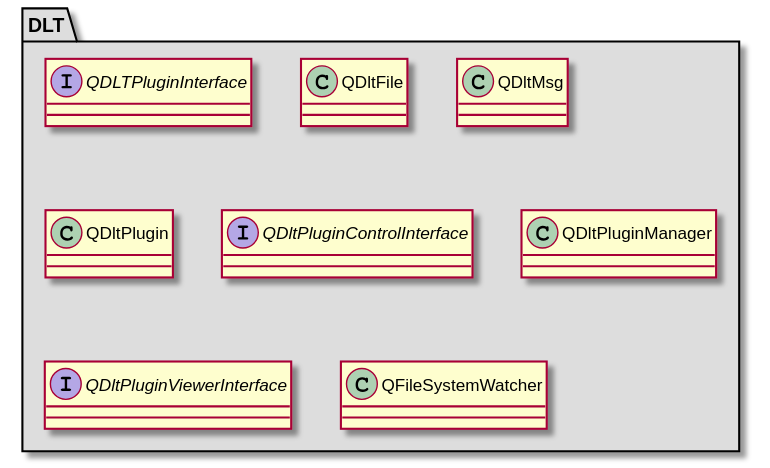
Before: md/dev_docs/puml/DLT_standalone.svg, a diagram exported from PlantUML (svlad-90/DLT-Message-Analyzer).
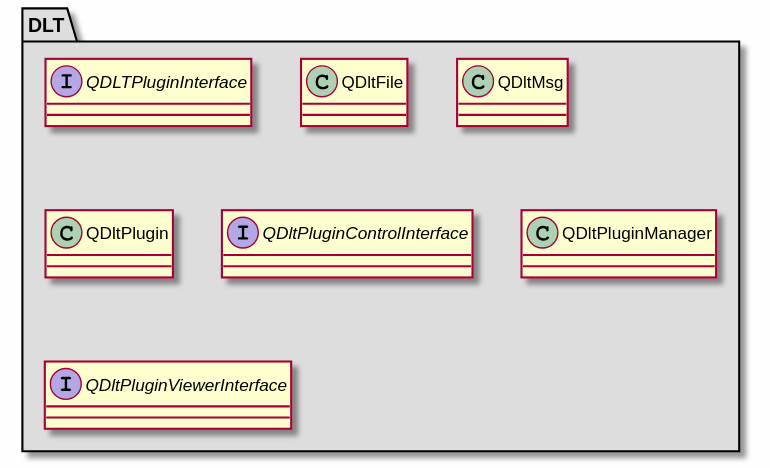
The same diagram one commit later.

The edit, as a diff of the source:
```diff
@@ -1,5 +1,6 @@
 @startuml
 
+skinparam backgroundColor #FEFEFE
 skinparam wrapWidth 600
 package "DLT" #DDDDDD
 {
@@ -32,10 +33,6 @@
 {
 }
 
-class "QFileSystemWatcher"
-{
-}
-
 }
 
 @enduml
```
